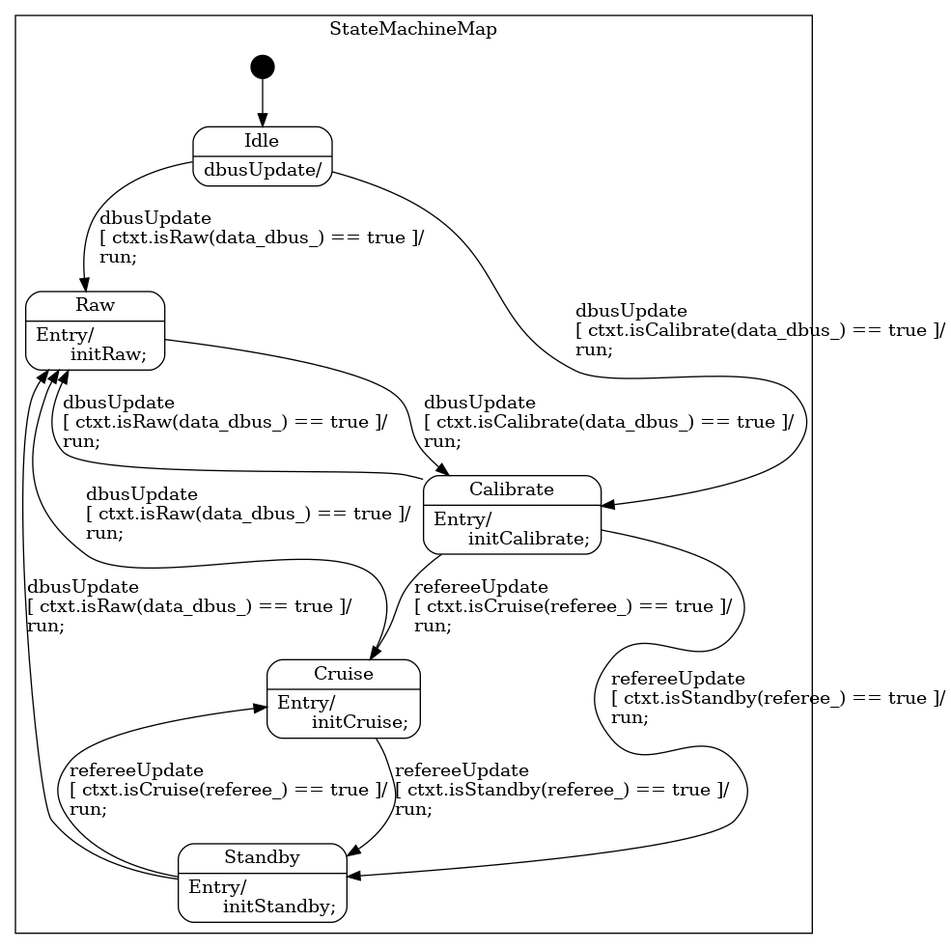
rm-controls/rm_fsm keeps this Graphviz diagram as state_machine/StateMachine_sm.png. Above is the earlier version. Its source is kept beside it as state_machine/StateMachine_sm.dot.
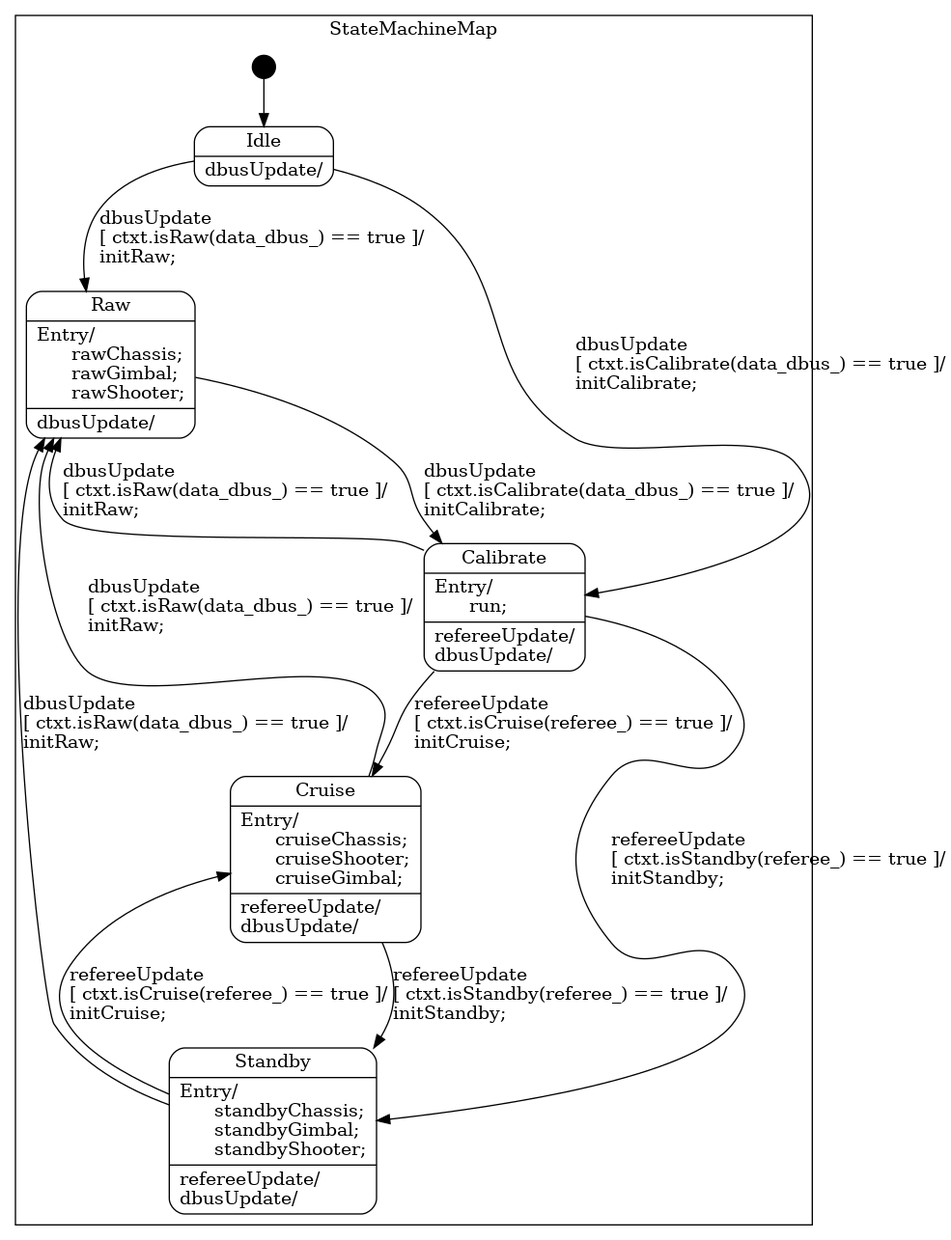
After the commit.

Diff of the diagram source:
```diff
@@ -12,50 +12,50 @@
             [label="{Idle|dbusUpdate/\l}"];
 
         "StateMachineMap::Raw"
-            [label="{Raw|Entry/\l&nbsp;&nbsp;&nbsp;initRaw;\l}"];
+            [label="{Raw|Entry/\l&nbsp;&nbsp;&nbsp;rawChassis;\l&nbsp;&nbsp;&nbsp;rawGimbal;\l&nbsp;&nbsp;&nbsp;rawShooter;\l|dbusUpdate/\l}"];
 
         "StateMachineMap::Calibrate"
-            [label="{Calibrate|Entry/\l&nbsp;&nbsp;&nbsp;initCalibrate;\l}"];
+            [label="{Calibrate|Entry/\l&nbsp;&nbsp;&nbsp;run;\l|refereeUpdate/\ldbusUpdate/\l}"];
 
         "StateMachineMap::Standby"
-            [label="{Standby|Entry/\l&nbsp;&nbsp;&nbsp;initStandby;\l}"];
+            [label="{Standby|Entry/\l&nbsp;&nbsp;&nbsp;standbyChassis;\l&nbsp;&nbsp;&nbsp;standbyGimbal;\l&nbsp;&nbsp;&nbsp;standbyShooter;\l|refereeUpdate/\ldbusUpdate/\l}"];
 
         "StateMachineMap::Cruise"
-            [label="{Cruise|Entry/\l&nbsp;&nbsp;&nbsp;initCruise;\l}"];
+            [label="{Cruise|Entry/\l&nbsp;&nbsp;&nbsp;cruiseChassis;\l&nbsp;&nbsp;&nbsp;cruiseShooter;\l&nbsp;&nbsp;&nbsp;cruiseGimbal;\l|refereeUpdate/\ldbusUpdate/\l}"];
 
         "%start"
             [label="" shape=circle style=filled fillcolor=black width=0.25];
 
 
         "StateMachineMap::Idle" -> "StateMachineMap::Calibrate"
-            [label="dbusUpdate\l\[ ctxt.isCalibrate(data_dbus_) == true \]/\lrun;\l"];
+            [label="dbusUpdate\l\[ ctxt.isCalibrate(data_dbus_) == true \]/\linitCalibrate;\l"];
 
         "StateMachineMap::Idle" -> "StateMachineMap::Raw"
-            [label="dbusUpdate\l\[ ctxt.isRaw(data_dbus_) == true \]/\lrun;\l"];
+            [label="dbusUpdate\l\[ ctxt.isRaw(data_dbus_) == true \]/\linitRaw;\l"];
 
         "StateMachineMap::Raw" -> "StateMachineMap::Calibrate"
-            [label="dbusUpdate\l\[ ctxt.isCalibrate(data_dbus_) == true \]/\lrun;\l"];
+            [label="dbusUpdate\l\[ ctxt.isCalibrate(data_dbus_) == true \]/\linitCalibrate;\l"];
 
         "StateMachineMap::Calibrate" -> "StateMachineMap::Standby"
-            [label="refereeUpdate\l\[ ctxt.isStandby(referee_) == true \]/\lrun;\l"];
+            [label="refereeUpdate\l\[ ctxt.isStandby(referee_) == true \]/\linitStandby;\l"];
 
         "StateMachineMap::Calibrate" -> "StateMachineMap::Cruise"
-            [label="refereeUpdate\l\[ ctxt.isCruise(referee_) == true \]/\lrun;\l"];
+            [label="refereeUpdate\l\[ ctxt.isCruise(referee_) == true \]/\linitCruise;\l"];
 
         "StateMachineMap::Calibrate" -> "StateMachineMap::Raw"
-            [label="dbusUpdate\l\[ ctxt.isRaw(data_dbus_) == true \]/\lrun;\l"];
+            [label="dbusUpdate\l\[ ctxt.isRaw(data_dbus_) == true \]/\linitRaw;\l"];
 
         "StateMachineMap::Standby" -> "StateMachineMap::Cruise"
-            [label="refereeUpdate\l\[ ctxt.isCruise(referee_) == true \]/\lrun;\l"];
+            [label="refereeUpdate\l\[ ctxt.isCruise(referee_) == true \]/\linitCruise;\l"];
 
         "StateMachineMap::Standby" -> "StateMachineMap::Raw"
-            [label="dbusUpdate\l\[ ctxt.isRaw(data_dbus_) == true \]/\lrun;\l"];
+            [label="dbusUpdate\l\[ ctxt.isRaw(data_dbus_) == true \]/\linitRaw;\l"];
 
         "StateMachineMap::Cruise" -> "StateMachineMap::Standby"
-            [label="refereeUpdate\l\[ ctxt.isStandby(referee_) == true \]/\lrun;\l"];
+            [label="refereeUpdate\l\[ ctxt.isStandby(referee_) == true \]/\linitStandby;\l"];
 
         "StateMachineMap::Cruise" -> "StateMachineMap::Raw"
-            [label="dbusUpdate\l\[ ctxt.isRaw(data_dbus_) == true \]/\lrun;\l"];
+            [label="dbusUpdate\l\[ ctxt.isRaw(data_dbus_) == true \]/\linitRaw;\l"];
 
         "%start" -> "StateMachineMap::Idle"
     }
```
